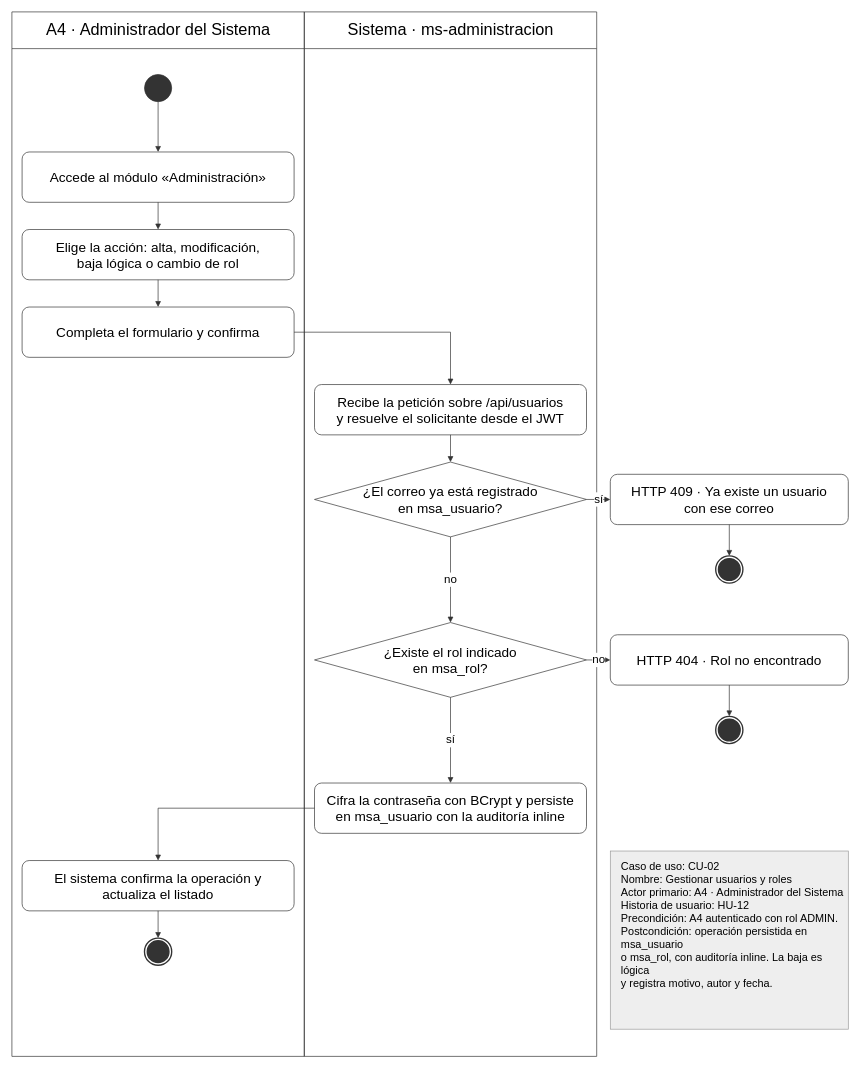
The draw.io diagram Docs/Diagramas/Actividad/CU-02_Gestionar_Usuarios_Roles.drawio in tfm-missi-2026/orquestacion, before the edit. Source tidied: cells renumbered, new cells numbered last; positions are measured from the earlier drawing's top-left corner, leaving out a move shared by most shapes. Both pictures are drawn from the tidied source at 68%, with x=0, y=0 at pixel (12, 12).
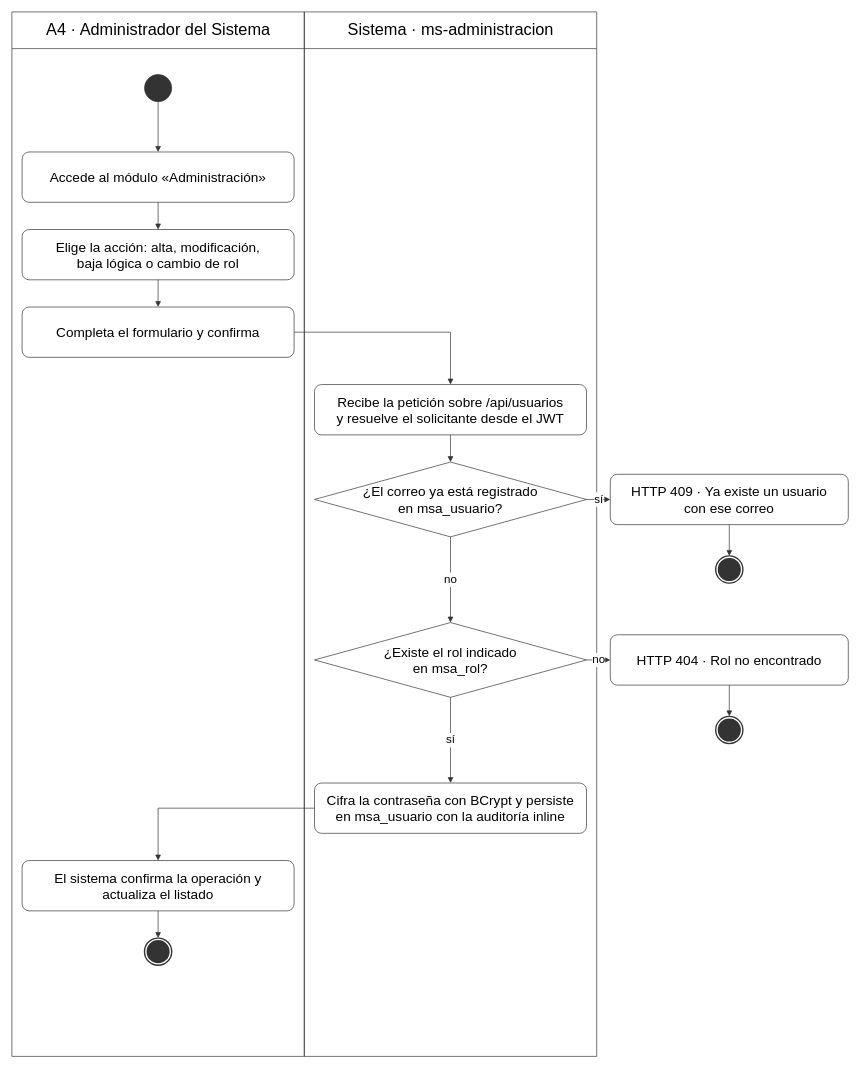
The same page after the edit.

What changed in the source:
```diff
@@
-    <mxCell id="31" value="Caso de uso: CU-02&lt;br&gt;Nombre: Gestionar usuarios y roles&lt;br&gt;Actor primario: A4 · Administrador del Sistema&lt;br&gt;Historia de usuario: HU-12&lt;br&gt;Precondición: A4 autenticado con rol ADMIN.&lt;br&gt;Postcondición: operación persistida en msa_usuario&lt;br&gt;o msa_rol, con auditoría inline. La baja es lógica&lt;br&gt;y registra motivo, autor y fecha." style="rounded=0;whiteSpace=wrap;html=1;fillColor=#EEEEEE;strokeColor=#999999;strokeWidth=1;fontColor=#000000;fontSize=16;align=left;verticalAlign=top;spacingLeft=14;spacingTop=6;shadow=0;" parent="1" vertex="1">
-      <mxGeometry x="880" y="1234" width="350" height="262" as="geometry" />
-    </mxCell>
```
